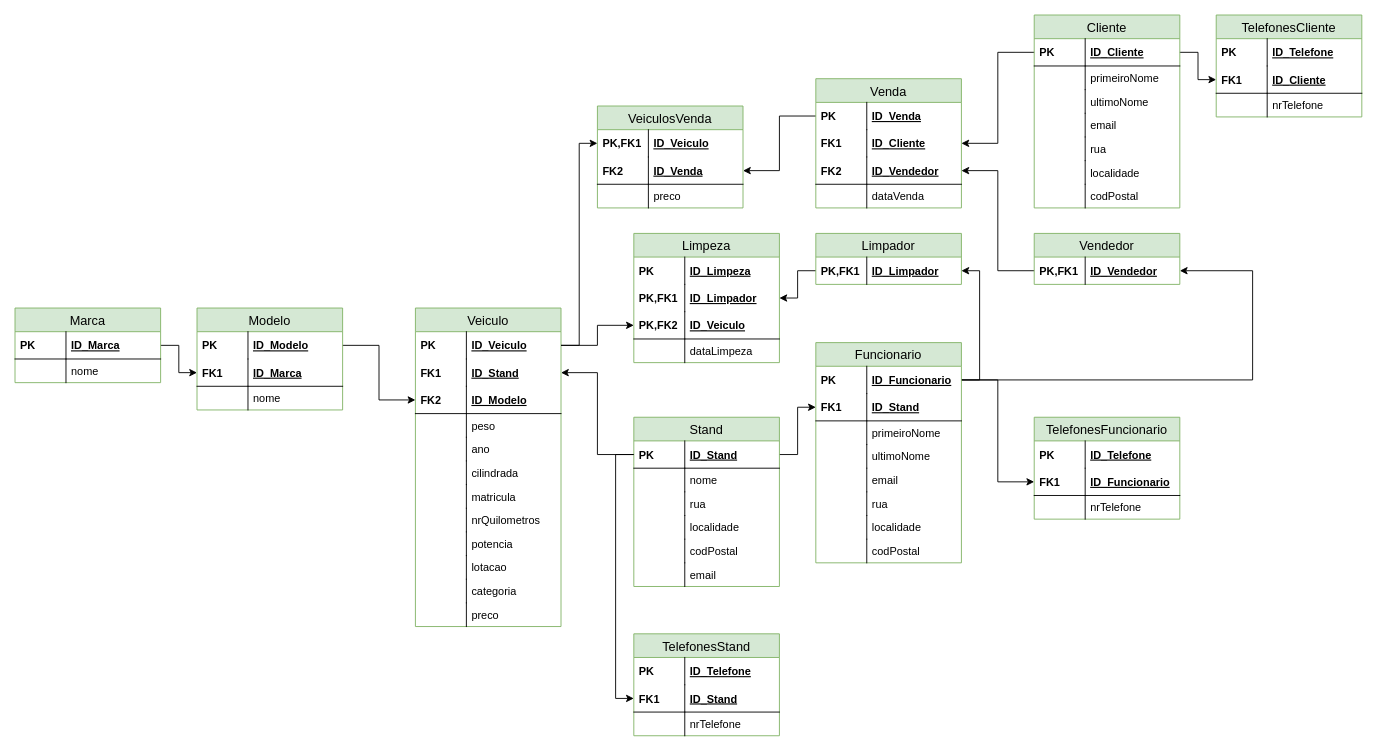
Above: DRAWIO Modelo Logico.drawio in gabrieljjm/projeto-final-dev-bd (draw.io), before the change. Source tidied: cells renumbered, new cells numbered last; positions are measured from the earlier drawing's top-left corner, leaving out a move shared by most shapes. Both pictures are drawn from the tidied source at 91%, with x=0, y=0 at pixel (15, 15).
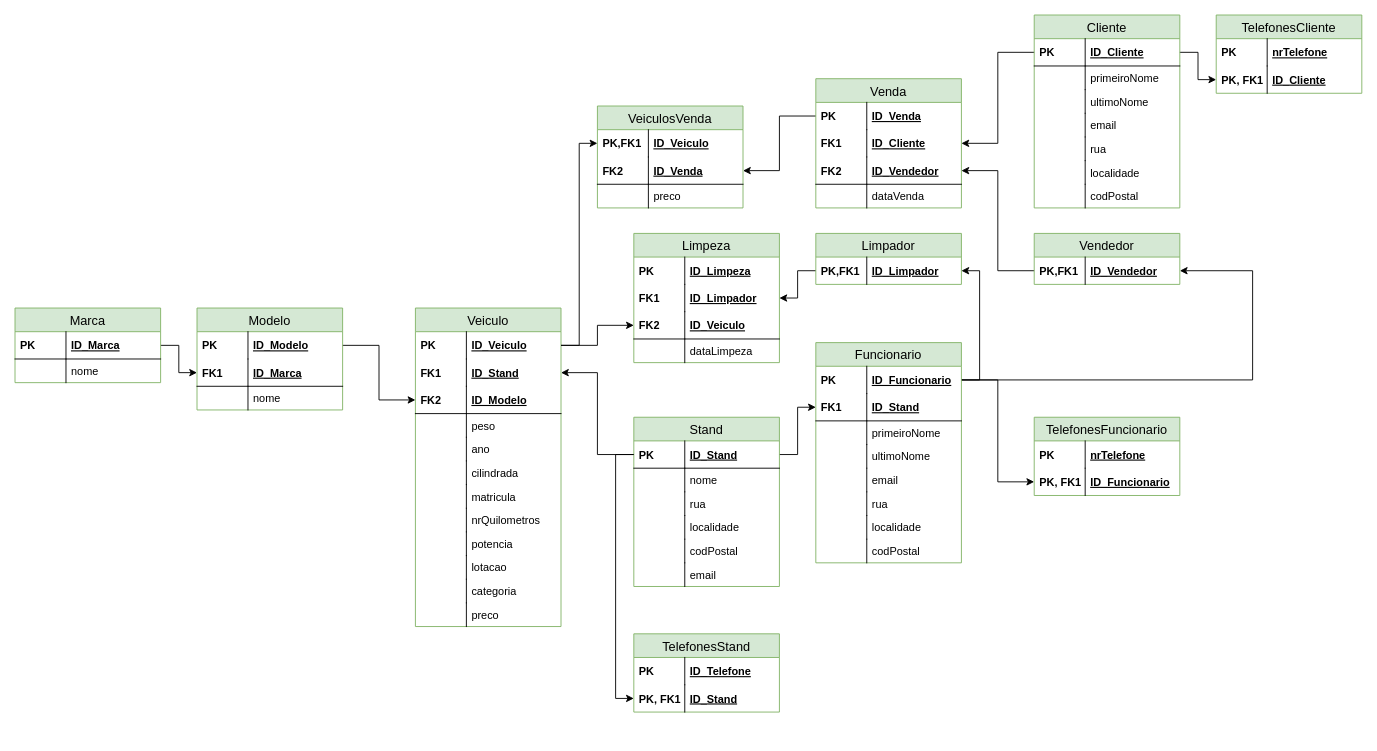
The same diagram, later.

Commit message (it also covers changes not shown here):
Updated "Modelo Logico" .txt .drawio

The change refers to these unchanged cells:
```xml
<mxCell id="52" value="ID_Stand" style="shape=partialRectangle;top=0;left=0;right=0;bottom=1;align=left;verticalAlign=middle;fillColor=none;spacingLeft=60;spacingRight=4;overflow=hidden;points=[[0,0.5],[1,0.5]];portConstraint=eastwest;fontStyle=5;fontSize=12;" parent="51" vertex="1">
  <mxGeometry y="26" width="160" height="30" as="geometry" />
</mxCell>
<mxCell id="75" value="ID_Limpador" style="shape=partialRectangle;top=0;left=0;right=0;bottom=0;align=left;verticalAlign=middle;fillColor=none;spacingLeft=60;spacingRight=4;overflow=hidden;points=[[0,0.5],[1,0.5]];portConstraint=eastwest;fontStyle=5;fontSize=12;" parent="72" vertex="1">
  <mxGeometry y="56" width="160" height="30" as="geometry" />
</mxCell>
<mxCell id="77" value="ID_Veiculo" style="shape=partialRectangle;top=0;left=0;right=0;bottom=1;align=left;verticalAlign=middle;fillColor=none;spacingLeft=60;spacingRight=4;overflow=hidden;points=[[0,0.5],[1,0.5]];portConstraint=eastwest;fontStyle=5;fontSize=12;" parent="72" vertex="1">
  <mxGeometry y="86" width="160" height="30" as="geometry" />
</mxCell>
<mxCell id="130" value="ID_Cliente" style="shape=partialRectangle;top=0;left=0;right=0;bottom=1;align=left;verticalAlign=middle;fillColor=none;spacingLeft=60;spacingRight=4;overflow=hidden;points=[[0,0.5],[1,0.5]];portConstraint=eastwest;fontStyle=5;fontSize=12;" parent="129" vertex="1">
  <mxGeometry y="26" width="160" height="30" as="geometry" />
</mxCell>
```

What changed in the source:
```diff
@@
-    <mxCell id="2" style="edgeStyle=orthogonalEdgeStyle;rounded=0;jettySize=auto;html=1;entryX=0;entryY=0.5;entryDx=0;entryDy=0;" parent="1" edge="1" source="130" target="147">
+    <mxCell id="2" style="edgeStyle=orthogonalEdgeStyle;rounded=0;jettySize=auto;html=1;" parent="1" edge="1" source="130" target="147">
       <mxGeometry relative="1" as="geometry" />
     </mxCell>
@@
     <mxCell id="64" value="TelefonesStand" style="swimlane;fontStyle=0;horizontal=1;startSize=26;align=center;fontSize=14;fillColor=#d5e8d4;strokeColor=#82b366;" parent="1" vertex="1">
-      <mxGeometry x="680" y="680" width="160" height="112" as="geometry" />
+      <mxGeometry x="680" y="680" width="160" height="86" as="geometry" />
     </mxCell>
@@
-    <mxCell id="67" value="ID_Stand" style="shape=partialRectangle;top=0;left=0;right=0;bottom=1;align=left;verticalAlign=middle;fillColor=none;spacingLeft=60;spacingRight=4;overflow=hidden;points=[[0,0.5],[1,0.5]];portConstraint=eastwest;fontStyle=5;fontSize=12;" parent="64" vertex="1">
+    <mxCell id="67" value="ID_Stand" style="shape=partialRectangle;top=0;left=0;right=0;bottom=0;align=left;verticalAlign=middle;fillColor=none;spacingLeft=60;spacingRight=4;overflow=hidden;points=[[0,0.5],[1,0.5]];portConstraint=eastwest;fontStyle=5;fontSize=12;" parent="64" vertex="1">
       <mxGeometry y="56" width="160" height="30" as="geometry" />
     </mxCell>
-    <mxCell id="68" value="FK1" style="shape=partialRectangle;fontStyle=1;top=0;left=0;bottom=0;fillColor=none;align=left;verticalAlign=middle;spacingLeft=4;spacingRight=4;overflow=hidden;fontSize=12;" parent="67" vertex="1">
-      <mxGeometry width="56" height="30" as="geometry" />
-    </mxCell>
-    <mxCell id="69" value="nrTelefone" style="shape=partialRectangle;top=0;left=0;right=0;bottom=0;align=left;verticalAlign=top;fillColor=none;spacingLeft=60;spacingRight=4;overflow=hidden;fontSize=12;" parent="64" vertex="1">
-      <mxGeometry y="86" width="160" height="26" as="geometry" />
-    </mxCell>
-    <mxCell id="70" style="shape=partialRectangle;top=0;left=0;bottom=0;fillColor=none;align=left;verticalAlign=top;spacingLeft=4;spacingRight=4;overflow=hidden;fontSize=12;" parent="69" vertex="1">
-      <mxGeometry width="56" height="26" as="geometry" />
-    </mxCell>
+    <mxCell id="151" value="PK, FK1" style="shape=partialRectangle;fontStyle=1;top=0;left=0;bottom=0;fillColor=none;align=left;verticalAlign=middle;spacingLeft=4;spacingRight=4;overflow=hidden;fontSize=12;" parent="67" vertex="1">
+      <mxGeometry width="56" height="30" as="geometry" />
+    </mxCell>
-    <mxCell id="71" style="edgeStyle=orthogonalEdgeStyle;rounded=0;jettySize=auto;html=1;entryX=0;entryY=0.5;entryDx=0;entryDy=0;" parent="1" edge="1" source="52" target="67">
-      <mxGeometry relative="1" as="geometry" />
+    <mxCell id="71" style="edgeStyle=orthogonalEdgeStyle;rounded=0;jettySize=auto;html=1;" parent="1" edge="1" source="52" target="67">
+      <mxGeometry relative="1" as="geometry">
+        <Array as="points">
+          <mxPoint x="660" y="483" />
+          <mxPoint x="660" y="751" />
+        </Array>
+      </mxGeometry>
     </mxCell>
@@
-    <mxCell id="76" value="PK,FK1" style="shape=partialRectangle;fontStyle=1;top=0;left=0;bottom=0;fillColor=none;align=left;verticalAlign=middle;spacingLeft=4;spacingRight=4;overflow=hidden;fontSize=12;" parent="75" vertex="1">
+    <mxCell id="76" value="FK1" style="shape=partialRectangle;fontStyle=1;top=0;left=0;bottom=0;fillColor=none;align=left;verticalAlign=middle;spacingLeft=4;spacingRight=4;overflow=hidden;fontSize=12;" parent="75" vertex="1">
       <mxGeometry width="56" height="30" as="geometry" />
     </mxCell>
@@
-    <mxCell id="78" value="PK,FK2" style="shape=partialRectangle;fontStyle=1;top=0;left=0;bottom=0;fillColor=none;align=left;verticalAlign=middle;spacingLeft=4;spacingRight=4;overflow=hidden;fontSize=12;" parent="77" vertex="1">
+    <mxCell id="78" value="FK2" style="shape=partialRectangle;fontStyle=1;top=0;left=0;bottom=0;fillColor=none;align=left;verticalAlign=middle;spacingLeft=4;spacingRight=4;overflow=hidden;fontSize=12;" parent="77" vertex="1">
       <mxGeometry width="56" height="30" as="geometry" />
     </mxCell>
@@
     <mxCell id="103" value="TelefonesFuncionario" style="swimlane;fontStyle=0;horizontal=1;startSize=26;align=center;fontSize=14;fillColor=#d5e8d4;strokeColor=#82b366;" parent="1" vertex="1">
-      <mxGeometry x="1120" y="442" width="160" height="112" as="geometry" />
+      <mxGeometry x="1120" y="442" width="160" height="86" as="geometry" />
     </mxCell>
-    <mxCell id="104" value="ID_Telefone" style="shape=partialRectangle;top=0;left=0;right=0;bottom=0;align=left;verticalAlign=middle;fillColor=none;spacingLeft=60;spacingRight=4;overflow=hidden;fontStyle=5;fontSize=12;" parent="103" vertex="1">
+    <mxCell id="104" value="nrTelefone" style="shape=partialRectangle;top=0;left=0;right=0;bottom=0;align=left;verticalAlign=middle;fillColor=none;spacingLeft=60;spacingRight=4;overflow=hidden;fontStyle=5;fontSize=12;" parent="103" vertex="1">
       <mxGeometry y="26" width="160" height="30" as="geometry" />
     </mxCell>
@@
-    <mxCell id="106" value="ID_Funcionario" style="shape=partialRectangle;top=0;left=0;right=0;bottom=1;align=left;verticalAlign=middle;fillColor=none;spacingLeft=60;spacingRight=4;overflow=hidden;points=[[0,0.5],[1,0.5]];portConstraint=eastwest;fontStyle=5;fontSize=12;" parent="103" vertex="1">
+    <mxCell id="106" value="ID_Funcionario" style="shape=partialRectangle;top=0;left=0;right=0;bottom=0;align=left;verticalAlign=middle;fillColor=none;spacingLeft=60;spacingRight=4;overflow=hidden;points=[[0,0.5],[1,0.5]];portConstraint=eastwest;fontStyle=5;fontSize=12;" parent="103" vertex="1">
       <mxGeometry y="56" width="160" height="30" as="geometry" />
     </mxCell>
-    <mxCell id="107" value="FK1" style="shape=partialRectangle;fontStyle=1;top=0;left=0;bottom=0;fillColor=none;align=left;verticalAlign=middle;spacingLeft=4;spacingRight=4;overflow=hidden;fontSize=12;" parent="106" vertex="1">
-      <mxGeometry width="56" height="30" as="geometry" />
-    </mxCell>
-    <mxCell id="108" value="nrTelefone" style="shape=partialRectangle;top=0;left=0;right=0;bottom=0;align=left;verticalAlign=top;fillColor=none;spacingLeft=60;spacingRight=4;overflow=hidden;fontSize=12;" parent="103" vertex="1">
-      <mxGeometry y="86" width="160" height="26" as="geometry" />
-    </mxCell>
-    <mxCell id="109" style="shape=partialRectangle;top=0;left=0;bottom=0;fillColor=none;align=left;verticalAlign=top;spacingLeft=4;spacingRight=4;overflow=hidden;fontSize=12;" parent="108" vertex="1">
-      <mxGeometry width="56" height="26" as="geometry" />
-    </mxCell>
+    <mxCell id="152" value="PK, FK1" style="shape=partialRectangle;fontStyle=1;top=0;left=0;bottom=0;fillColor=none;align=left;verticalAlign=middle;spacingLeft=4;spacingRight=4;overflow=hidden;fontSize=12;" parent="106" vertex="1">
+      <mxGeometry width="56" height="30" as="geometry" />
+    </mxCell>
@@
     <mxCell id="144" value="TelefonesCliente" style="swimlane;fontStyle=0;horizontal=1;startSize=26;align=center;fontSize=14;fillColor=#d5e8d4;strokeColor=#82b366;" parent="1" vertex="1">
-      <mxGeometry x="1320" width="160" height="112" as="geometry" />
+      <mxGeometry x="1320" width="160" height="86" as="geometry" />
     </mxCell>
-    <mxCell id="145" value="ID_Telefone" style="shape=partialRectangle;top=0;left=0;right=0;bottom=0;align=left;verticalAlign=middle;fillColor=none;spacingLeft=60;spacingRight=4;overflow=hidden;fontStyle=5;fontSize=12;" parent="144" vertex="1">
+    <mxCell id="145" value="nrTelefone" style="shape=partialRectangle;top=0;left=0;right=0;bottom=0;align=left;verticalAlign=middle;fillColor=none;spacingLeft=60;spacingRight=4;overflow=hidden;fontStyle=5;fontSize=12;" parent="144" vertex="1">
       <mxGeometry y="26" width="160" height="30" as="geometry" />
     </mxCell>
@@
-    <mxCell id="147" value="ID_Cliente" style="shape=partialRectangle;top=0;left=0;right=0;bottom=1;align=left;verticalAlign=middle;fillColor=none;spacingLeft=60;spacingRight=4;overflow=hidden;points=[[0,0.5],[1,0.5]];portConstraint=eastwest;fontStyle=5;fontSize=12;" parent="144" vertex="1">
+    <mxCell id="147" value="ID_Cliente" style="shape=partialRectangle;top=0;left=0;right=0;bottom=0;align=left;verticalAlign=middle;fillColor=none;spacingLeft=60;spacingRight=4;overflow=hidden;points=[[0,0.5],[1,0.5]];portConstraint=eastwest;fontStyle=5;fontSize=12;" parent="144" vertex="1">
       <mxGeometry y="56" width="160" height="30" as="geometry" />
     </mxCell>
-    <mxCell id="148" value="FK1" style="shape=partialRectangle;fontStyle=1;top=0;left=0;bottom=0;fillColor=none;align=left;verticalAlign=middle;spacingLeft=4;spacingRight=4;overflow=hidden;fontSize=12;" parent="147" vertex="1">
-      <mxGeometry width="56" height="30" as="geometry" />
-    </mxCell>
-    <mxCell id="149" value="nrTelefone" style="shape=partialRectangle;top=0;left=0;right=0;bottom=0;align=left;verticalAlign=top;fillColor=none;spacingLeft=60;spacingRight=4;overflow=hidden;fontSize=12;" parent="144" vertex="1">
-      <mxGeometry y="86" width="160" height="26" as="geometry" />
-    </mxCell>
-    <mxCell id="150" style="shape=partialRectangle;top=0;left=0;bottom=0;fillColor=none;align=left;verticalAlign=top;spacingLeft=4;spacingRight=4;overflow=hidden;fontSize=12;" parent="149" vertex="1">
-      <mxGeometry width="56" height="26" as="geometry" />
-    </mxCell>
+    <mxCell id="153" value="PK, FK1" style="shape=partialRectangle;fontStyle=1;top=0;left=0;bottom=0;fillColor=none;align=left;verticalAlign=middle;spacingLeft=4;spacingRight=4;overflow=hidden;fontSize=12;" parent="147" vertex="1">
+      <mxGeometry width="56" height="30" as="geometry" />
+    </mxCell>
```
